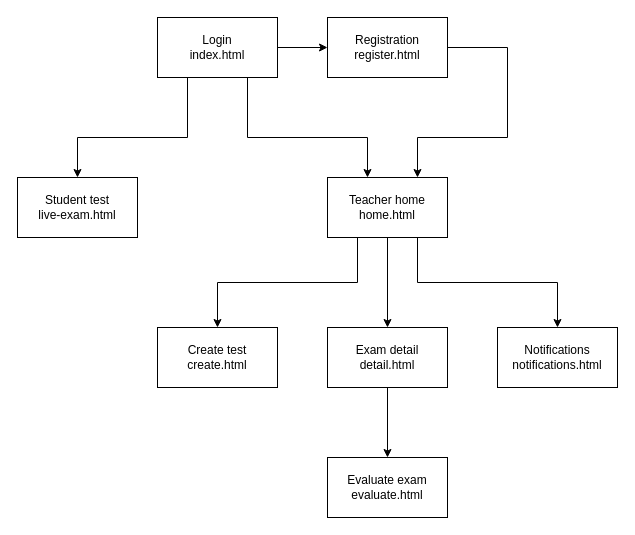
The draw.io diagram Dokumentacia/html_endpoints.drawio in RichardNemcovic/WebteProjekt, before the edit. Source tidied: cells renumbered, new cells numbered last; positions are measured from the earlier drawing's top-left corner, leaving out a move shared by most shapes. Both pictures are drawn from the tidied source at 100%, with x=0, y=0 at pixel (17, 17).
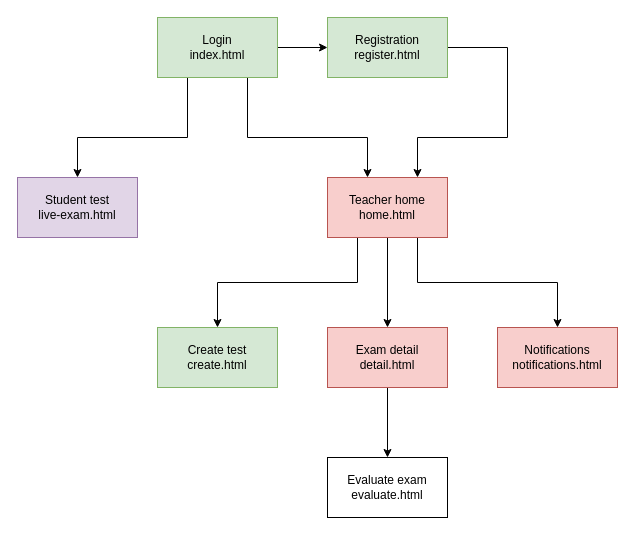
Above is the later version.

Commit message (it also covers changes not shown here):
Exam-live

Diff of the diagram source:
```diff
@@
-    <mxCell id="5" value="Login&lt;br&gt;index.html" style="rounded=0;whiteSpace=wrap;html=1;" parent="1" vertex="1">
+    <mxCell id="5" value="Login&lt;br&gt;index.html" style="rounded=0;whiteSpace=wrap;html=1;fillColor=#d5e8d4;strokeColor=#82b366;" parent="1" vertex="1">
       <mxGeometry x="140" width="120" height="60" as="geometry" />
     </mxCell>
@@
-    <mxCell id="7" value="Registration&lt;br&gt;register.html" style="rounded=0;whiteSpace=wrap;html=1;" parent="1" vertex="1">
+    <mxCell id="7" value="Registration&lt;br&gt;register.html" style="rounded=0;whiteSpace=wrap;html=1;fillColor=#d5e8d4;strokeColor=#82b366;" parent="1" vertex="1">
       <mxGeometry x="310" width="120" height="60" as="geometry" />
     </mxCell>
-    <mxCell id="8" value="Student test&lt;br&gt;live-exam.html" style="rounded=0;whiteSpace=wrap;html=1;" parent="1" vertex="1">
+    <mxCell id="8" value="Student test&lt;br&gt;live-exam.html" style="rounded=0;whiteSpace=wrap;html=1;fillColor=#e1d5e7;strokeColor=#9673a6;" parent="1" vertex="1">
       <mxGeometry y="160" width="120" height="60" as="geometry" />
     </mxCell>
@@
-    <mxCell id="12" value="Teacher home&lt;br&gt;home.html" style="rounded=0;whiteSpace=wrap;html=1;" parent="1" vertex="1">
+    <mxCell id="12" value="Teacher home&lt;br&gt;home.html" style="rounded=0;whiteSpace=wrap;html=1;fillColor=#f8cecc;strokeColor=#b85450;" parent="1" vertex="1">
       <mxGeometry x="310" y="160" width="120" height="60" as="geometry" />
     </mxCell>
-    <mxCell id="13" value="Create test&lt;br&gt;create.html" style="rounded=0;whiteSpace=wrap;html=1;" parent="1" vertex="1">
+    <mxCell id="13" value="Create test&lt;br&gt;create.html" style="rounded=0;whiteSpace=wrap;html=1;fillColor=#d5e8d4;strokeColor=#82b366;" parent="1" vertex="1">
       <mxGeometry x="140" y="310" width="120" height="60" as="geometry" />
     </mxCell>
@@
-    <mxCell id="15" value="Exam detail&lt;br&gt;detail.html" style="rounded=0;whiteSpace=wrap;html=1;" parent="1" vertex="1">
+    <mxCell id="15" value="Exam detail&lt;br&gt;detail.html" style="rounded=0;whiteSpace=wrap;html=1;fillColor=#f8cecc;strokeColor=#b85450;" parent="1" vertex="1">
       <mxGeometry x="310" y="310" width="120" height="60" as="geometry" />
     </mxCell>
-    <mxCell id="16" value="Notifications&lt;br&gt;notifications.html" style="rounded=0;whiteSpace=wrap;html=1;" parent="1" vertex="1">
+    <mxCell id="16" value="Notifications&lt;br&gt;notifications.html" style="rounded=0;whiteSpace=wrap;html=1;fillColor=#f8cecc;strokeColor=#b85450;" parent="1" vertex="1">
       <mxGeometry x="480" y="310" width="120" height="60" as="geometry" />
     </mxCell>
```
